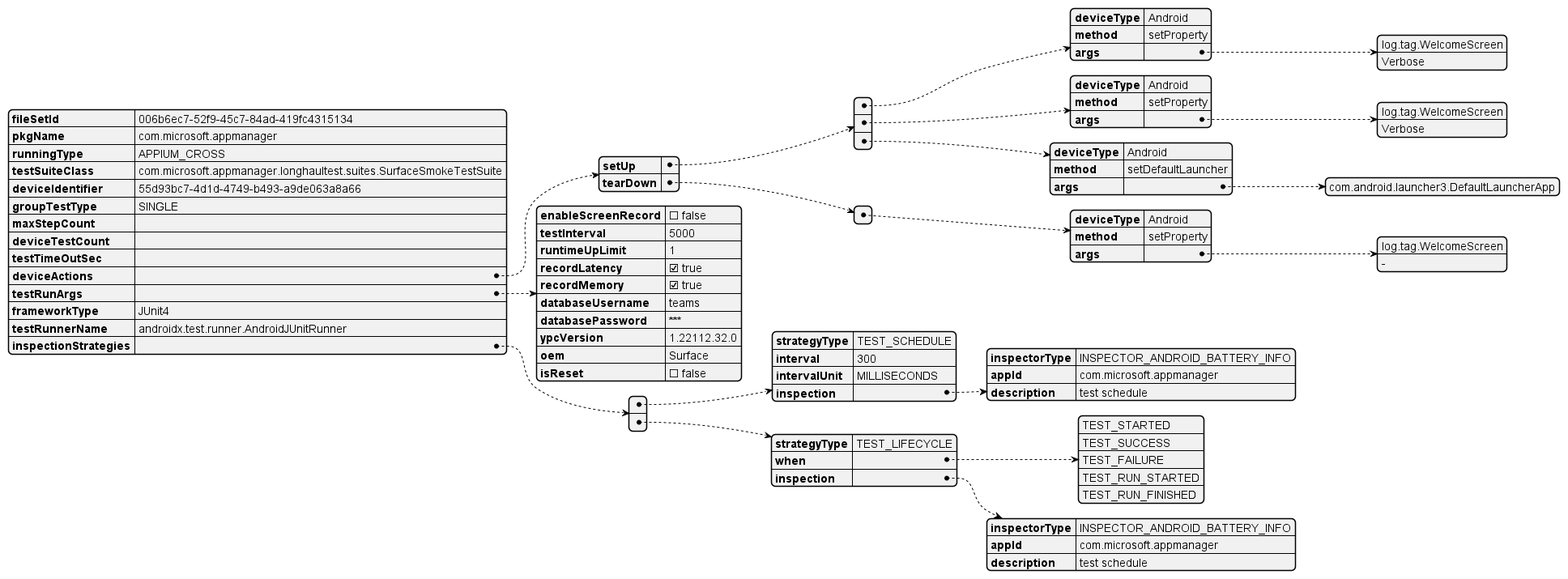
The PlantUML diagram docs/images/UML/test_task_spec_design.png in microsoft/HydraLab, before a commit.
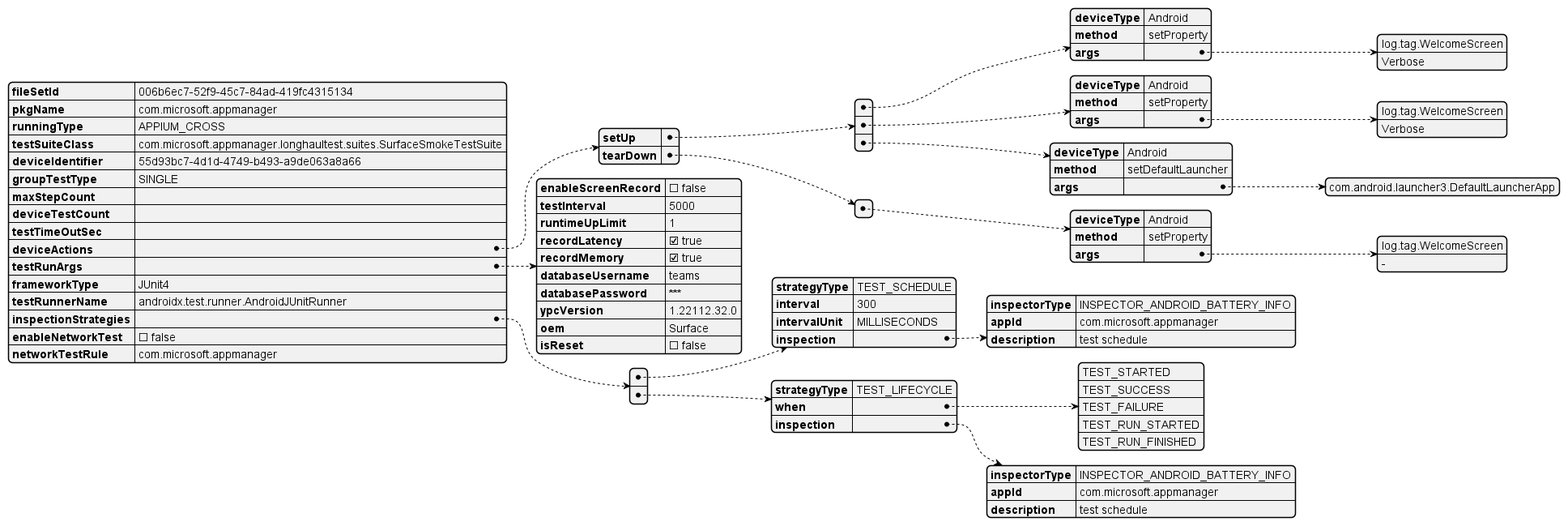
Above is the later version.

Diff of the diagram source:
```diff
@@ -71,6 +71,8 @@
                  "description": "test schedule"
              }
          }
-    ]
+    ],
+    "enableNetworkTest": false,
+    "networkTestRule": "com.microsoft.appmanager"
 }
 @endjson
```
